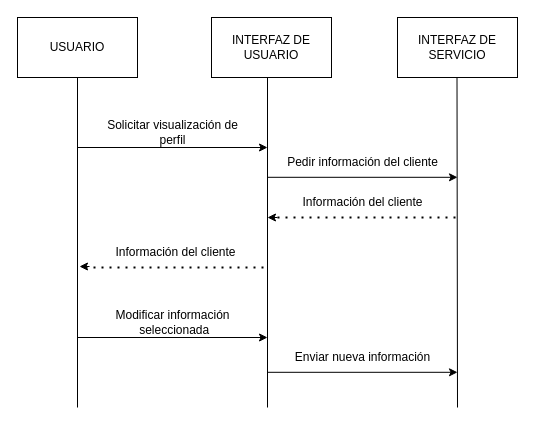
Before: page "Página-8" (8 of 12) of diagrams/secuencia/DS-002.drawio in ClaudiaOviedoGovantes/ComercialPostigo, a draw.io diagram. Source tidied: cells renumbered, new cells numbered last; positions are measured from the earlier drawing's top-left corner, leaving out a move shared by most shapes. Both pictures are drawn from the tidied source at 100%, with x=0, y=0 at pixel (17, 17).
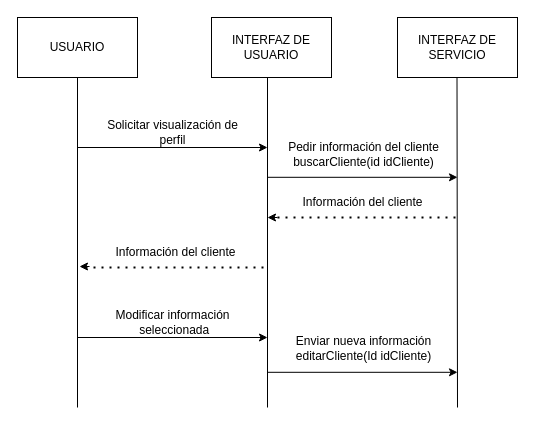
The same page after the edit.

The edit, as a diff of the source:
```diff
@@
-    <mxCell id="12" value="Pedir información del cliente" style="text;html=1;align=center;verticalAlign=middle;strokeColor=none;fillColor=none;" parent="1" vertex="1">
-      <mxGeometry x="260" y="130" width="170" height="30" as="geometry" />
+    <mxCell id="12" value="Pedir información del cliente&lt;div&gt;buscarCliente(id idCliente)&lt;/div&gt;" style="text;html=1;align=center;verticalAlign=middle;strokeColor=none;fillColor=none;" parent="1" vertex="1">
+      <mxGeometry x="261" y="116" width="169" height="41" as="geometry" />
     </mxCell>
@@
-    <mxCell id="21" value="Enviar nueva información" style="text;html=1;align=center;verticalAlign=middle;strokeColor=none;fillColor=none;" parent="1" vertex="1">
-      <mxGeometry x="265" y="325" width="160" height="30" as="geometry" />
+    <mxCell id="21" value="Enviar nueva información&lt;div&gt;editarCliente(Id idCliente)&lt;/div&gt;" style="text;html=1;align=center;verticalAlign=middle;strokeColor=none;fillColor=none;" parent="1" vertex="1">
+      <mxGeometry x="269" y="310" width="153" height="41" as="geometry" />
     </mxCell>
```
